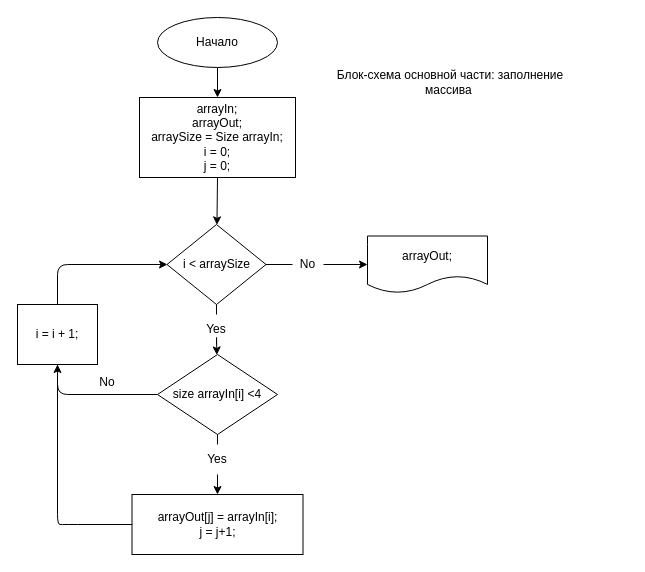
This is algoritm.drawio from FominaCathy/ControlWork_01, a draw.io file, before an edit. Source tidied: cells renumbered, new cells numbered last; positions are measured from the earlier drawing's top-left corner, leaving out a move shared by most shapes. Both pictures are drawn from the tidied source at 100%, with x=0, y=0 at pixel (17, 17).
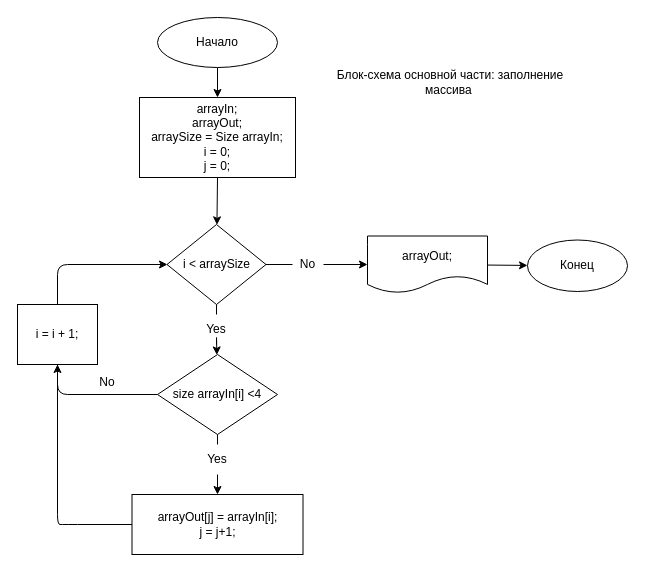
Above is the later version.

Commit message (it also covers changes not shown here):
блок-схема отредактирована

Unchanged cells that the change refers to:
```xml
<mxCell id="12" value="arrayOut;" style="shape=document;whiteSpace=wrap;html=1;boundedLbl=1;" parent="1" vertex="1">
  <mxGeometry x="350" y="218.5" width="120" height="57" as="geometry" />
</mxCell>
```

The edit, as a diff of the source:
```diff
@@
+    <mxCell id="25" style="edgeStyle=none;html=1;" parent="1" edge="1" source="12" target="26">
+      <mxGeometry relative="1" as="geometry" />
+    </mxCell>
@@
+    <mxCell id="26" value="Конец" style="ellipse;whiteSpace=wrap;html=1;" parent="1" vertex="1">
+      <mxGeometry x="510" y="222.5" width="100" height="51.5" as="geometry" />
+    </mxCell>
```
